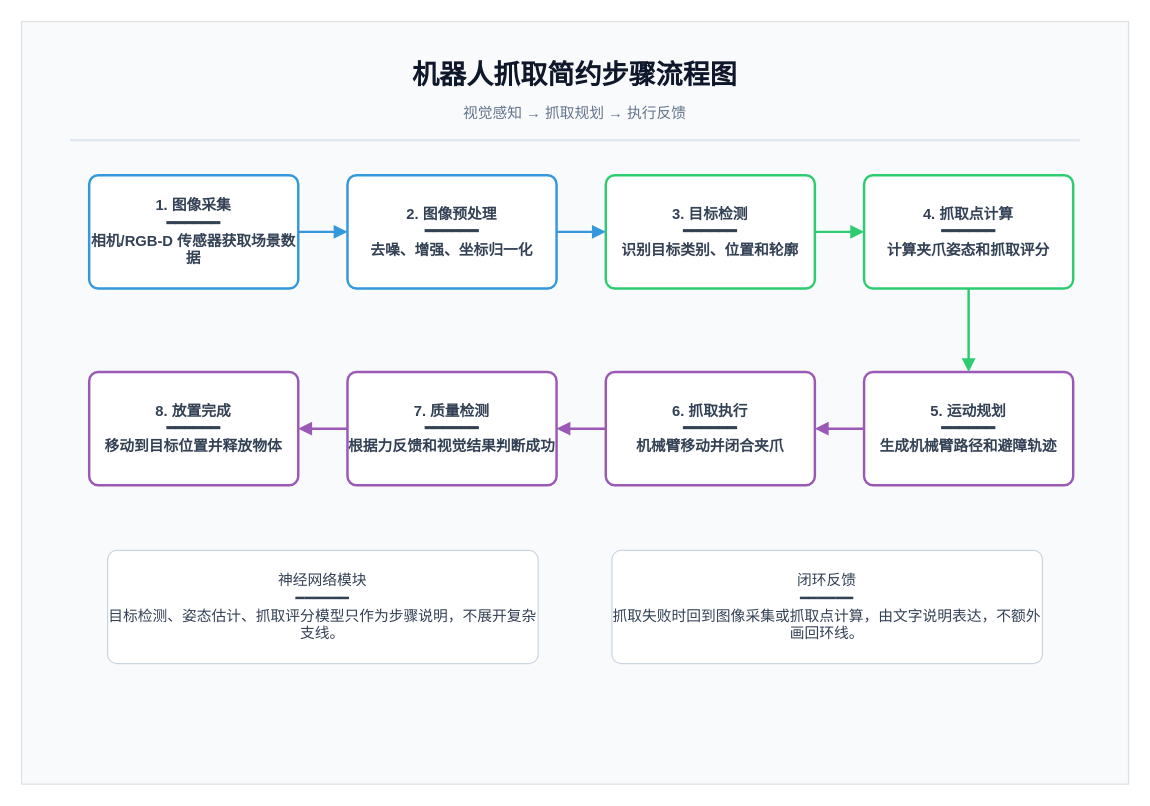
Above: .opencode/skills/xml-diagram/examples/流程图-light-机器人抓取步骤.drawio in BeWaterMyFriend7/SKILL-PROJECT (draw.io), before the change. Source tidied: cells renumbered, new cells numbered last; positions are measured from the earlier drawing's top-left corner, leaving out a move shared by most shapes. Both pictures are drawn from the tidied source at 123%, with x=0, y=0 at pixel (21, 21).
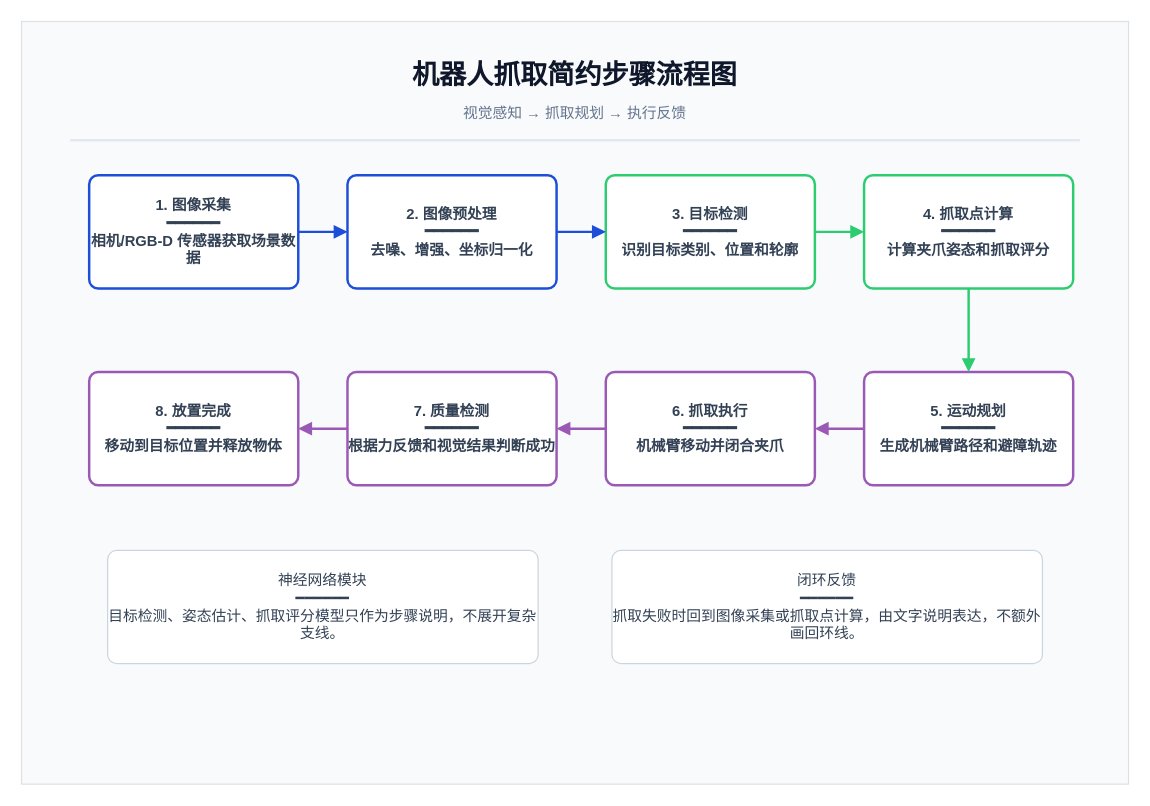
After the change.

The change refers to these unchanged cells:
```xml
<mxCell id="8" value="3. 目标检测&#10;━━━━━━&#10;识别目标类别、位置和轮廓" style="rounded=1;whiteSpace=wrap;html=1;fillColor=#ffffff;strokeColor=#2ecc71;strokeWidth=2;fontColor=#334155;fontSize=12;fontStyle=1;fontFamily=Microsoft YaHei;arcSize=8;" parent="1" vertex="1">
  <mxGeometry x="475" y="125" width="170" height="92" as="geometry" />
</mxCell>
```

Diff of the diagram source:
```diff
@@
-    <mxCell id="6" value="1. 图像采集&#10;━━━━━━&#10;相机/RGB-D 传感器获取场景数据" style="rounded=1;whiteSpace=wrap;html=1;fillColor=#ffffff;strokeColor=#3498db;strokeWidth=2;fontColor=#334155;fontSize=12;fontStyle=1;fontFamily=Microsoft YaHei;arcSize=8;" parent="1" vertex="1">
+    <mxCell id="6" value="1. 图像采集&#10;━━━━━━&#10;相机/RGB-D 传感器获取场景数据" style="rounded=1;whiteSpace=wrap;html=1;fillColor=#ffffff;strokeColor=#1D4ED8;strokeWidth=2;fontColor=#334155;fontSize=12;fontStyle=1;fontFamily=Microsoft YaHei;arcSize=8;" parent="1" vertex="1">
       <mxGeometry x="55" y="125" width="170" height="92" as="geometry" />
     </mxCell>
-    <mxCell id="7" value="2. 图像预处理&#10;━━━━━━&#10;去噪、增强、坐标归一化" style="rounded=1;whiteSpace=wrap;html=1;fillColor=#ffffff;strokeColor=#3498db;strokeWidth=2;fontColor=#334155;fontSize=12;fontStyle=1;fontFamily=Microsoft YaHei;arcSize=8;" parent="1" vertex="1">
+    <mxCell id="7" value="2. 图像预处理&#10;━━━━━━&#10;去噪、增强、坐标归一化" style="rounded=1;whiteSpace=wrap;html=1;fillColor=#ffffff;strokeColor=#1D4ED8;strokeWidth=2;fontColor=#334155;fontSize=12;fontStyle=1;fontFamily=Microsoft YaHei;arcSize=8;" parent="1" vertex="1">
       <mxGeometry x="265" y="125" width="170" height="92" as="geometry" />
     </mxCell>
@@
-    <mxCell id="16" style="edgeStyle=orthogonalEdgeStyle;rounded=0;jettySize=auto;html=1;strokeColor=#3498db;strokeWidth=2;endArrow=block;endFill=1;" parent="1" edge="1" source="6" target="7">
+    <mxCell id="16" style="edgeStyle=orthogonalEdgeStyle;rounded=0;jettySize=auto;html=1;strokeColor=#1D4ED8;strokeWidth=2;endArrow=block;endFill=1;" parent="1" edge="1" source="6" target="7">
       <mxGeometry relative="1" as="geometry" />
     </mxCell>
-    <mxCell id="17" style="edgeStyle=orthogonalEdgeStyle;rounded=0;jettySize=auto;html=1;strokeColor=#3498db;strokeWidth=2;endArrow=block;endFill=1;" parent="1" edge="1" source="7" target="8">
+    <mxCell id="17" style="edgeStyle=orthogonalEdgeStyle;rounded=0;jettySize=auto;html=1;strokeColor=#1D4ED8;strokeWidth=2;endArrow=block;endFill=1;" parent="1" edge="1" source="7" target="8">
       <mxGeometry relative="1" as="geometry" />
     </mxCell>
```
